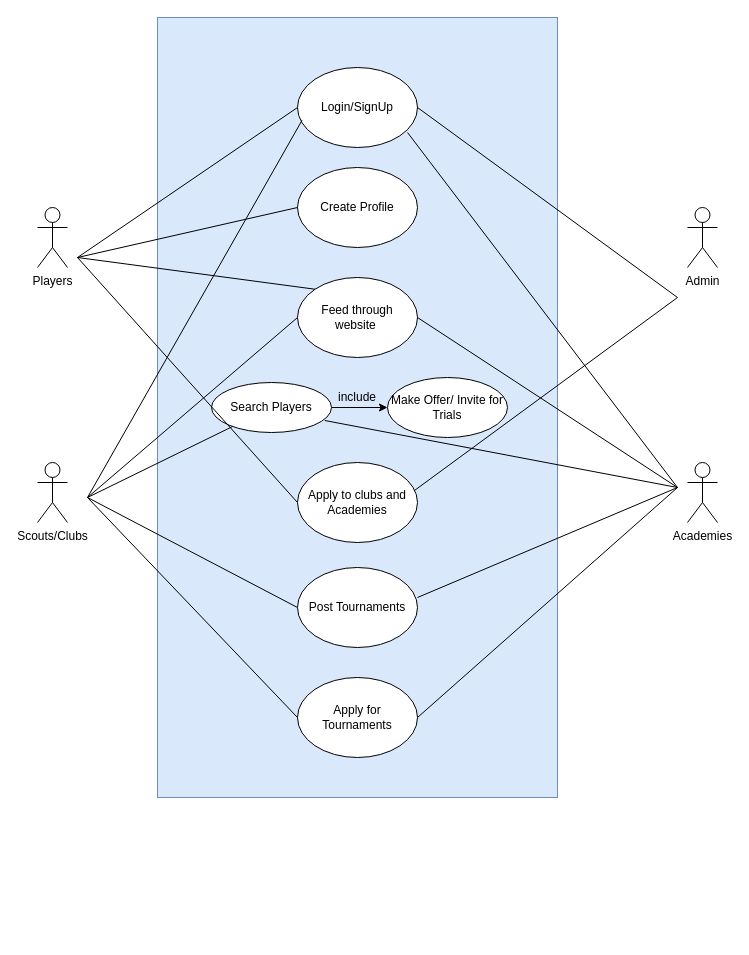
Before: Untitled Diagram.drawio in anumathew-25/anumathew-25, a draw.io diagram. Source tidied: cells renumbered, new cells numbered last; positions are measured from the earlier drawing's top-left corner, leaving out a move shared by most shapes. Both pictures are drawn from the tidied source at 100%, with x=0, y=0 at pixel (37, 17).
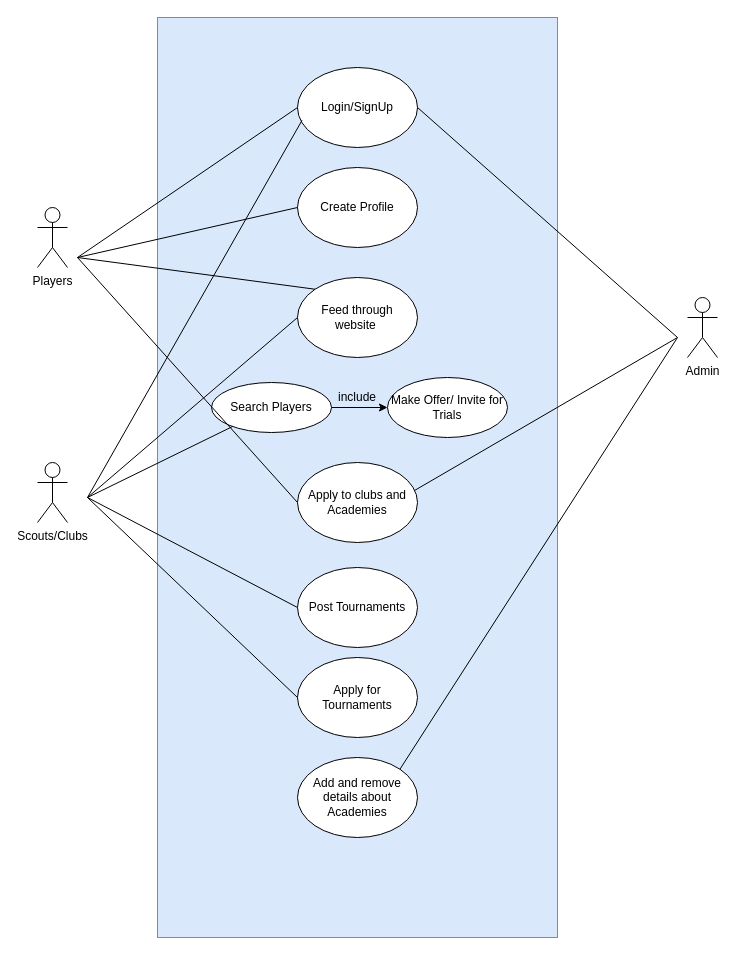
The same page after the edit.

Unchanged cells that the change refers to:
```xml
<mxCell id="4" value="Login/SignUp" style="ellipse;whiteSpace=wrap;html=1;" parent="1" vertex="1">
  <mxGeometry x="260" y="50" width="120" height="80" as="geometry" />
</mxCell>
<mxCell id="9" value="Feed through website&amp;nbsp;" style="ellipse;whiteSpace=wrap;html=1;" parent="1" vertex="1">
  <mxGeometry x="260" y="260" width="120" height="80" as="geometry" />
</mxCell>
<mxCell id="10" value="Search Players" style="ellipse;whiteSpace=wrap;html=1;" parent="1" vertex="1">
  <mxGeometry x="174" y="365" width="120" height="50" as="geometry" />
</mxCell>
<mxCell id="12" value="Apply to clubs and Academies" style="ellipse;whiteSpace=wrap;html=1;" parent="1" vertex="1">
  <mxGeometry x="260" y="445" width="120" height="80" as="geometry" />
</mxCell>
<mxCell id="13" value="Post Tournaments" style="ellipse;whiteSpace=wrap;html=1;" parent="1" vertex="1">
  <mxGeometry x="260" y="550" width="120" height="80" as="geometry" />
</mxCell>
```

What changed in the source:
```diff
@@
     <mxCell id="2" style="rounded=0;whiteSpace=wrap;html=1;fillColor=#dae8fc;strokeColor=#6c8ebf;" parent="1" vertex="1">
-      <mxGeometry x="120" width="400" height="780" as="geometry" />
+      <mxGeometry x="120" width="400" height="920" as="geometry" />
     </mxCell>
@@
     <mxCell id="5" value="Admin" style="shape=umlActor;verticalLabelPosition=bottom;verticalAlign=top;html=1;" parent="1" vertex="1">
-      <mxGeometry x="650" y="190" width="30" height="60" as="geometry" />
+      <mxGeometry x="650" y="280" width="30" height="60" as="geometry" />
     </mxCell>
@@
-    <mxCell id="7" value="Academies" style="shape=umlActor;verticalLabelPosition=bottom;verticalAlign=top;html=1;" parent="1" vertex="1">
-      <mxGeometry x="650" y="445" width="30" height="60" as="geometry" />
-    </mxCell>
@@
     <mxCell id="14" value="Apply for Tournaments" style="ellipse;whiteSpace=wrap;html=1;" parent="1" vertex="1">
-      <mxGeometry x="260" y="660" width="120" height="80" as="geometry" />
+      <mxGeometry x="260" y="640" width="120" height="80" as="geometry" />
     </mxCell>
@@
     <mxCell id="26" style="endArrow=none;html=1;rounded=0;exitX=1;exitY=0.5;exitDx=0;exitDy=0;" parent="1" edge="1" source="4">
       <mxGeometry relative="1" as="geometry">
-        <mxPoint x="640" y="280" as="targetPoint" />
+        <mxPoint x="640" y="320" as="targetPoint" />
       </mxGeometry>
     </mxCell>
     <mxCell id="27" style="endArrow=none;html=1;rounded=0;exitX=0.973;exitY=0.352;exitDx=0;exitDy=0;exitPerimeter=0;" parent="1" edge="1" source="12">
       <mxGeometry relative="1" as="geometry">
-        <mxPoint x="640" y="280" as="targetPoint" />
+        <mxPoint x="640" y="320" as="targetPoint" />
       </mxGeometry>
     </mxCell>
-    <mxCell id="28" style="endArrow=none;html=1;rounded=0;entryX=0.917;entryY=0.813;entryDx=0;entryDy=0;entryPerimeter=0;" parent="1" edge="1" target="4">
-      <mxGeometry relative="1" as="geometry">
-        <mxPoint x="640" y="470" as="sourcePoint" />
-      </mxGeometry>
-    </mxCell>
-    <mxCell id="29" style="endArrow=none;html=1;rounded=0;entryX=1;entryY=0.5;entryDx=0;entryDy=0;" parent="1" edge="1" target="9">
-      <mxGeometry relative="1" as="geometry">
-        <mxPoint x="640" y="470" as="sourcePoint" />
-      </mxGeometry>
-    </mxCell>
-    <mxCell id="30" style="endArrow=none;html=1;rounded=0;exitX=0.944;exitY=0.76;exitDx=0;exitDy=0;exitPerimeter=0;" parent="1" edge="1" source="10">
-      <mxGeometry relative="1" as="geometry">
-        <mxPoint x="640" y="470" as="targetPoint" />
-      </mxGeometry>
-    </mxCell>
-    <mxCell id="31" style="endArrow=none;html=1;rounded=0;exitX=1;exitY=0.375;exitDx=0;exitDy=0;exitPerimeter=0;" parent="1" edge="1" source="13">
-      <mxGeometry relative="1" as="geometry">
-        <mxPoint x="640" y="470" as="targetPoint" />
-      </mxGeometry>
-    </mxCell>
-    <mxCell id="32" style="endArrow=none;html=1;rounded=0;exitX=1;exitY=0.5;exitDx=0;exitDy=0;" parent="1" edge="1" source="14">
-      <mxGeometry relative="1" as="geometry">
-        <mxPoint x="640" y="470" as="targetPoint" />
-      </mxGeometry>
-    </mxCell>
+    <mxCell id="33" value="Add and remove details about Academies" style="ellipse;whiteSpace=wrap;html=1;" parent="1" vertex="1">
+      <mxGeometry x="260" y="740" width="120" height="80" as="geometry" />
+    </mxCell>
+    <mxCell id="34" style="endArrow=none;html=1;rounded=0;exitX=1;exitY=0;exitDx=0;exitDy=0;" parent="1" edge="1" source="33">
+      <mxGeometry relative="1" as="geometry">
+        <mxPoint x="640" y="320" as="targetPoint" />
+      </mxGeometry>
+    </mxCell>
```
